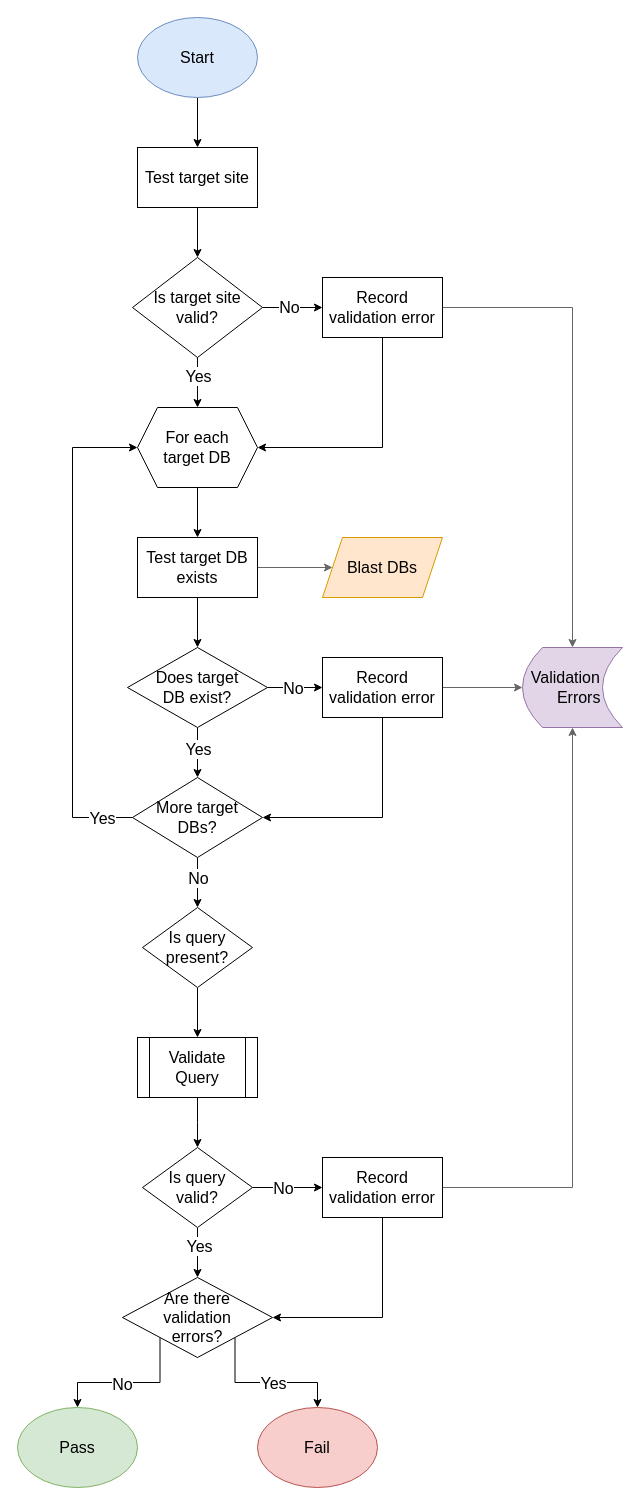
Earlier version of the draw.io diagram docs/design/2.0/graphs/draw.io/validate-query-job-config.drawio (VEuPathDB/service-multi-blast). Source tidied: cells renumbered, new cells numbered last; positions are measured from the earlier drawing's top-left corner, leaving out a move shared by most shapes. Both pictures are drawn from the tidied source at 100%, with x=0, y=0 at pixel (17, 17).
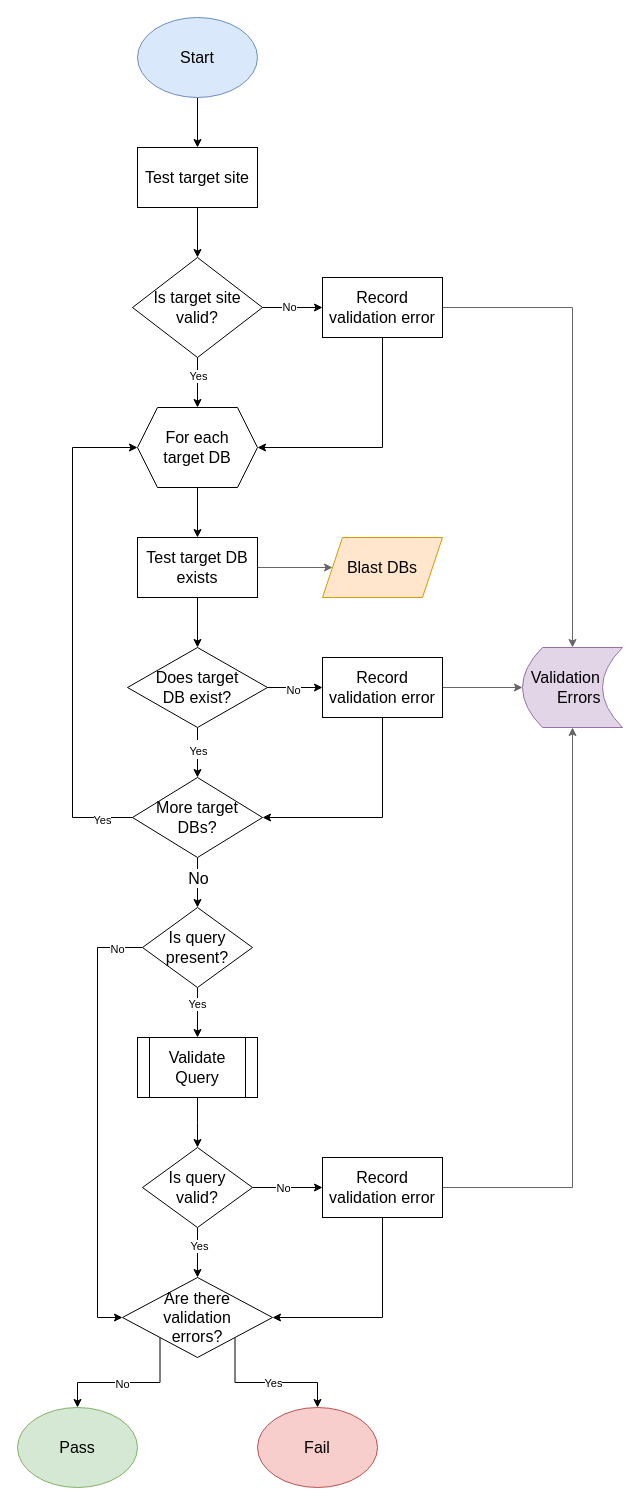
After the change.

Unchanged cells that the change refers to:
```xml
<mxCell id="6" style="edgeStyle=orthogonalEdgeStyle;rounded=0;jettySize=auto;html=1;exitX=1;exitY=0.5;exitDx=0;exitDy=0;entryX=0;entryY=0.5;entryDx=0;entryDy=0;fontSize=16;" parent="1" edge="1" source="10" target="13">
  <mxGeometry relative="1" as="geometry">
    <Array as="points">
      <mxPoint x="265" y="290" />
      <mxPoint x="265" y="290" />
    </Array>
  </mxGeometry>
</mxCell>
<mxCell id="8" style="edgeStyle=orthogonalEdgeStyle;rounded=0;jettySize=auto;html=1;exitX=0.5;exitY=1;exitDx=0;exitDy=0;entryX=0.5;entryY=0;entryDx=0;entryDy=0;fontSize=16;" parent="1" edge="1" source="10" target="15">
  <mxGeometry relative="1" as="geometry" />
</mxCell>
<mxCell id="19" style="edgeStyle=orthogonalEdgeStyle;rounded=0;jettySize=auto;html=1;exitX=1;exitY=0.5;exitDx=0;exitDy=0;entryX=0;entryY=0.5;entryDx=0;entryDy=0;fontSize=16;" parent="1" edge="1" source="23" target="26">
  <mxGeometry relative="1" as="geometry">
    <Array as="points">
      <mxPoint x="275" y="670" />
      <mxPoint x="275" y="670" />
    </Array>
  </mxGeometry>
</mxCell>
<mxCell id="23" value="Does target&lt;br&gt;DB exist?" style="rhombus;whiteSpace=wrap;html=1;fontSize=16;" parent="1" vertex="1">
  <mxGeometry x="110" y="630" width="140" height="80" as="geometry" />
</mxCell>
<mxCell id="29" style="edgeStyle=orthogonalEdgeStyle;rounded=0;jettySize=auto;html=1;exitX=0;exitY=0.5;exitDx=0;exitDy=0;entryX=0;entryY=0.5;entryDx=0;entryDy=0;fontSize=16;" parent="1" edge="1" source="31" target="15">
  <mxGeometry relative="1" as="geometry">
    <Array as="points">
      <mxPoint x="55" y="800" />
      <mxPoint x="55" y="430" />
    </Array>
  </mxGeometry>
</mxCell>
<mxCell id="31" value="More target&lt;br&gt;DBs?" style="rhombus;whiteSpace=wrap;html=1;fontSize=16;" parent="1" vertex="1">
  <mxGeometry x="115" y="760" width="130" height="80" as="geometry" />
</mxCell>
<mxCell id="35" style="edgeStyle=orthogonalEdgeStyle;rounded=0;jettySize=auto;html=1;exitX=0.5;exitY=1;exitDx=0;exitDy=0;entryX=0.5;entryY=0;entryDx=0;entryDy=0;fontSize=16;" parent="1" edge="1" source="36" target="34">
  <mxGeometry relative="1" as="geometry" />
</mxCell>
<mxCell id="36" value="Is query present?" style="rhombus;whiteSpace=wrap;html=1;fontSize=16;" parent="1" vertex="1">
  <mxGeometry x="125" y="890" width="110" height="80" as="geometry" />
</mxCell>
<mxCell id="37" style="edgeStyle=orthogonalEdgeStyle;rounded=0;jettySize=auto;html=1;exitX=0.5;exitY=1;exitDx=0;exitDy=0;entryX=0.5;entryY=0;entryDx=0;entryDy=0;fontSize=16;" parent="1" edge="1" source="41" target="49">
  <mxGeometry relative="1" as="geometry">
    <Array as="points">
      <mxPoint x="180" y="1230" />
      <mxPoint x="180" y="1230" />
    </Array>
  </mxGeometry>
</mxCell>
<mxCell id="39" style="edgeStyle=orthogonalEdgeStyle;rounded=0;jettySize=auto;html=1;entryX=0;entryY=0.5;entryDx=0;entryDy=0;fontSize=16;" parent="1" edge="1" source="41" target="44">
  <mxGeometry relative="1" as="geometry" />
</mxCell>
<mxCell id="45" style="edgeStyle=orthogonalEdgeStyle;rounded=0;jettySize=auto;html=1;exitX=0;exitY=1;exitDx=0;exitDy=0;fontSize=16;" parent="1" edge="1" source="49" target="50">
  <mxGeometry relative="1" as="geometry" />
</mxCell>
<mxCell id="47" style="edgeStyle=orthogonalEdgeStyle;rounded=0;jettySize=auto;html=1;exitX=1;exitY=1;exitDx=0;exitDy=0;entryX=0.5;entryY=0;entryDx=0;entryDy=0;fontSize=16;" parent="1" edge="1" source="49" target="51">
  <mxGeometry relative="1" as="geometry" />
</mxCell>
<mxCell id="49" value="Are there&lt;br&gt;validation&lt;br&gt;errors?" style="rhombus;whiteSpace=wrap;html=1;fontSize=16;" parent="1" vertex="1">
  <mxGeometry x="105" y="1260" width="150" height="80" as="geometry" />
</mxCell>
```

Change to the diagram source:
```diff
@@
-    <mxCell id="7" value="No" style="edgeLabel;html=1;align=center;verticalAlign=middle;fontSize=16;" parent="6" vertex="1">
+    <mxCell id="7" value="No" style="edgeLabel;html=1;align=center;verticalAlign=middle;fontSize=11;" parent="6" vertex="1">
       <mxGeometry x="-0.13" y="1" relative="1" as="geometry" />
     </mxCell>
@@
-    <mxCell id="9" value="Yes" style="edgeLabel;html=1;align=center;verticalAlign=middle;fontSize=16;" parent="8" vertex="1">
+    <mxCell id="9" value="Yes" style="edgeLabel;html=1;align=center;verticalAlign=middle;fontSize=11;" parent="8" vertex="1">
       <mxGeometry x="-0.28" relative="1" as="geometry" />
     </mxCell>
@@
-    <mxCell id="20" value="No" style="edgeLabel;html=1;align=center;verticalAlign=middle;fontSize=16;" parent="19" vertex="1">
+    <mxCell id="20" value="&lt;font style=&quot;font-size: 11px;&quot;&gt;No&lt;/font&gt;" style="edgeLabel;html=1;align=center;verticalAlign=middle;fontSize=16;" parent="19" vertex="1">
       <mxGeometry x="-0.28" relative="1" as="geometry">
         <mxPoint x="5" as="offset" />
       </mxGeometry>
     </mxCell>
-    <mxCell id="21" style="edgeStyle=orthogonalEdgeStyle;rounded=0;jettySize=auto;html=1;entryX=0.5;entryY=0;entryDx=0;entryDy=0;fontSize=16;" parent="1" edge="1" source="23" target="31">
+    <mxCell id="21" style="edgeStyle=orthogonalEdgeStyle;rounded=0;jettySize=auto;html=1;entryX=0.5;entryY=0;entryDx=0;entryDy=0;fontSize=11;" parent="1" edge="1" source="23" target="31">
       <mxGeometry relative="1" as="geometry" />
     </mxCell>
-    <mxCell id="22" value="Yes" style="edgeLabel;html=1;align=center;verticalAlign=middle;fontSize=16;" parent="21" vertex="1">
+    <mxCell id="22" value="&lt;font style=&quot;font-size: 11px;&quot;&gt;Yes&lt;/font&gt;" style="edgeLabel;html=1;align=center;verticalAlign=middle;fontSize=16;" parent="21" vertex="1">
       <mxGeometry x="-0.18" relative="1" as="geometry" />
     </mxCell>
@@
-    <mxCell id="30" value="Yes" style="edgeLabel;html=1;align=center;verticalAlign=middle;fontSize=16;" parent="29" vertex="1">
+    <mxCell id="30" value="&lt;font style=&quot;font-size: 11px;&quot;&gt;Yes&lt;/font&gt;" style="edgeLabel;html=1;align=center;verticalAlign=middle;fontSize=16;" parent="29" vertex="1">
       <mxGeometry x="-0.9" y="1" relative="1" as="geometry">
         <mxPoint x="-6" y="-1" as="offset" />
       </mxGeometry>
     </mxCell>
@@
+    <mxCell id="53" value="Yes" style="edgeLabel;html=1;align=center;verticalAlign=middle;" parent="35" vertex="1">
+      <mxGeometry x="-0.35" y="-1" relative="1" as="geometry" />
+    </mxCell>
+    <mxCell id="54" style="edgeStyle=orthogonalEdgeStyle;rounded=0;jettySize=auto;html=1;exitX=0;exitY=0.5;exitDx=0;exitDy=0;entryX=0;entryY=0.5;entryDx=0;entryDy=0;" parent="1" edge="1" source="36" target="49">
+      <mxGeometry relative="1" as="geometry">
+        <Array as="points">
+          <mxPoint x="80" y="930" />
+          <mxPoint x="80" y="1300" />
+        </Array>
+      </mxGeometry>
+    </mxCell>
+    <mxCell id="55" value="No" style="edgeLabel;html=1;align=center;verticalAlign=middle;" parent="54" vertex="1">
+      <mxGeometry x="-0.88" y="1" relative="1" as="geometry" />
+    </mxCell>
@@
-    <mxCell id="38" value="Yes" style="edgeLabel;html=1;align=center;verticalAlign=middle;fontSize=16;" parent="37" vertex="1">
+    <mxCell id="38" value="Yes" style="edgeLabel;html=1;align=center;verticalAlign=middle;fontSize=11;" parent="37" vertex="1">
       <mxGeometry x="-0.27" y="1" relative="1" as="geometry" />
     </mxCell>
@@
-    <mxCell id="40" value="No" style="edgeLabel;html=1;align=center;verticalAlign=middle;fontSize=16;" parent="39" vertex="1">
+    <mxCell id="40" value="No" style="edgeLabel;html=1;align=center;verticalAlign=middle;fontSize=11;" parent="39" vertex="1">
       <mxGeometry x="-0.19" relative="1" as="geometry">
         <mxPoint x="2" as="offset" />
       </mxGeometry>
     </mxCell>
@@
-    <mxCell id="46" value="No" style="edgeLabel;html=1;align=center;verticalAlign=middle;fontSize=16;" parent="45" vertex="1">
+    <mxCell id="46" value="No" style="edgeLabel;html=1;align=center;verticalAlign=middle;fontSize=11;" parent="45" vertex="1">
       <mxGeometry y="1" relative="1" as="geometry">
         <mxPoint x="-7" as="offset" />
       </mxGeometry>
     </mxCell>
@@
-    <mxCell id="48" value="Yes" style="edgeLabel;html=1;align=center;verticalAlign=middle;fontSize=16;" parent="47" vertex="1">
+    <mxCell id="48" value="Yes" style="edgeLabel;html=1;align=center;verticalAlign=middle;fontSize=11;" parent="47" vertex="1">
       <mxGeometry x="-0.02" relative="1" as="geometry">
         <mxPoint x="8" as="offset" />
       </mxGeometry>
     </mxCell>
```
